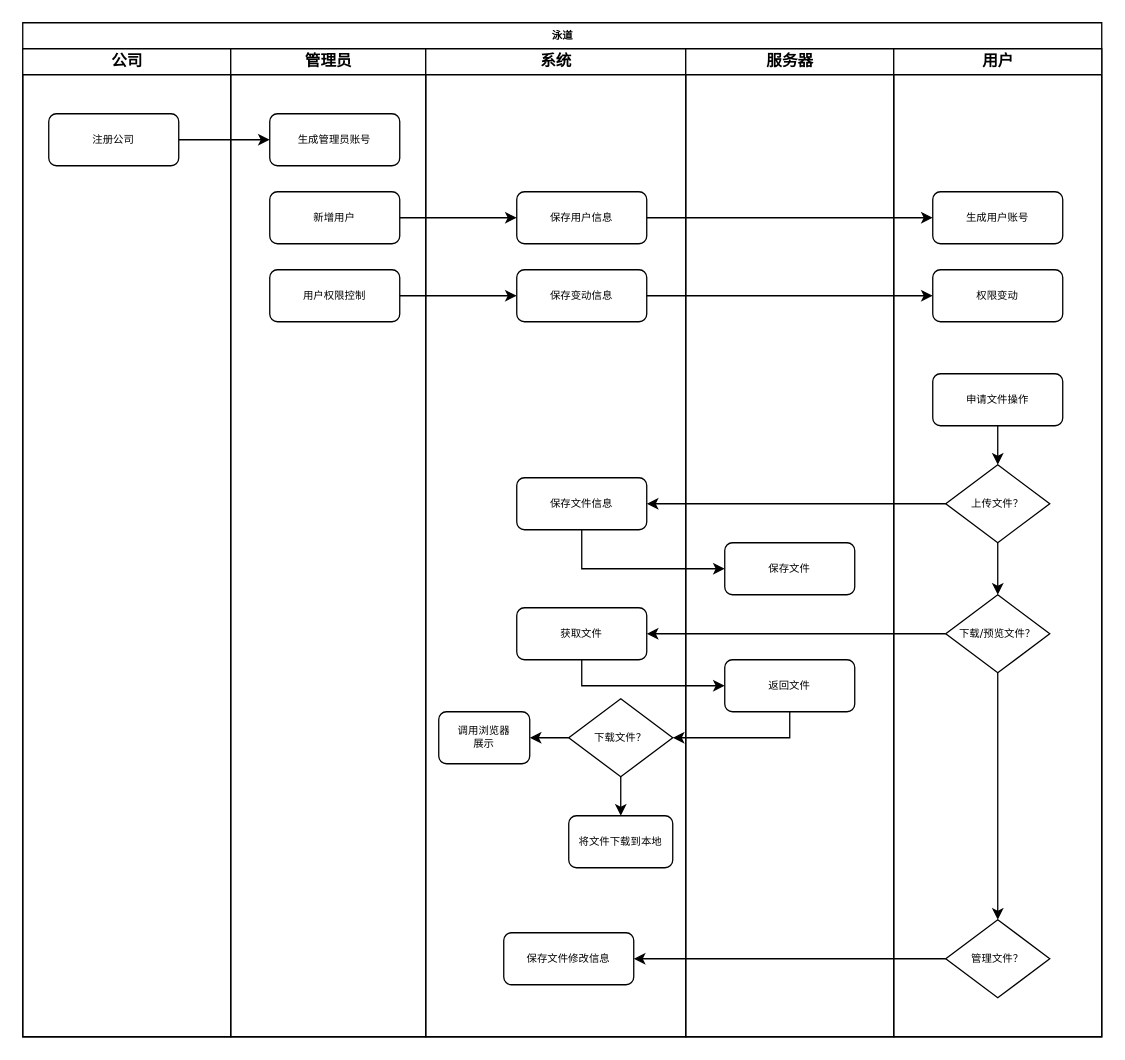
The draw.io diagram yongdaotu.drawio in ppp-203/ppp-203, before the edit. Source tidied: cells renumbered, new cells numbered last; positions are measured from the earlier drawing's top-left corner, leaving out a move shared by most shapes. Both pictures are drawn from the tidied source at 130%, with x=0, y=0 at pixel (22, 22).
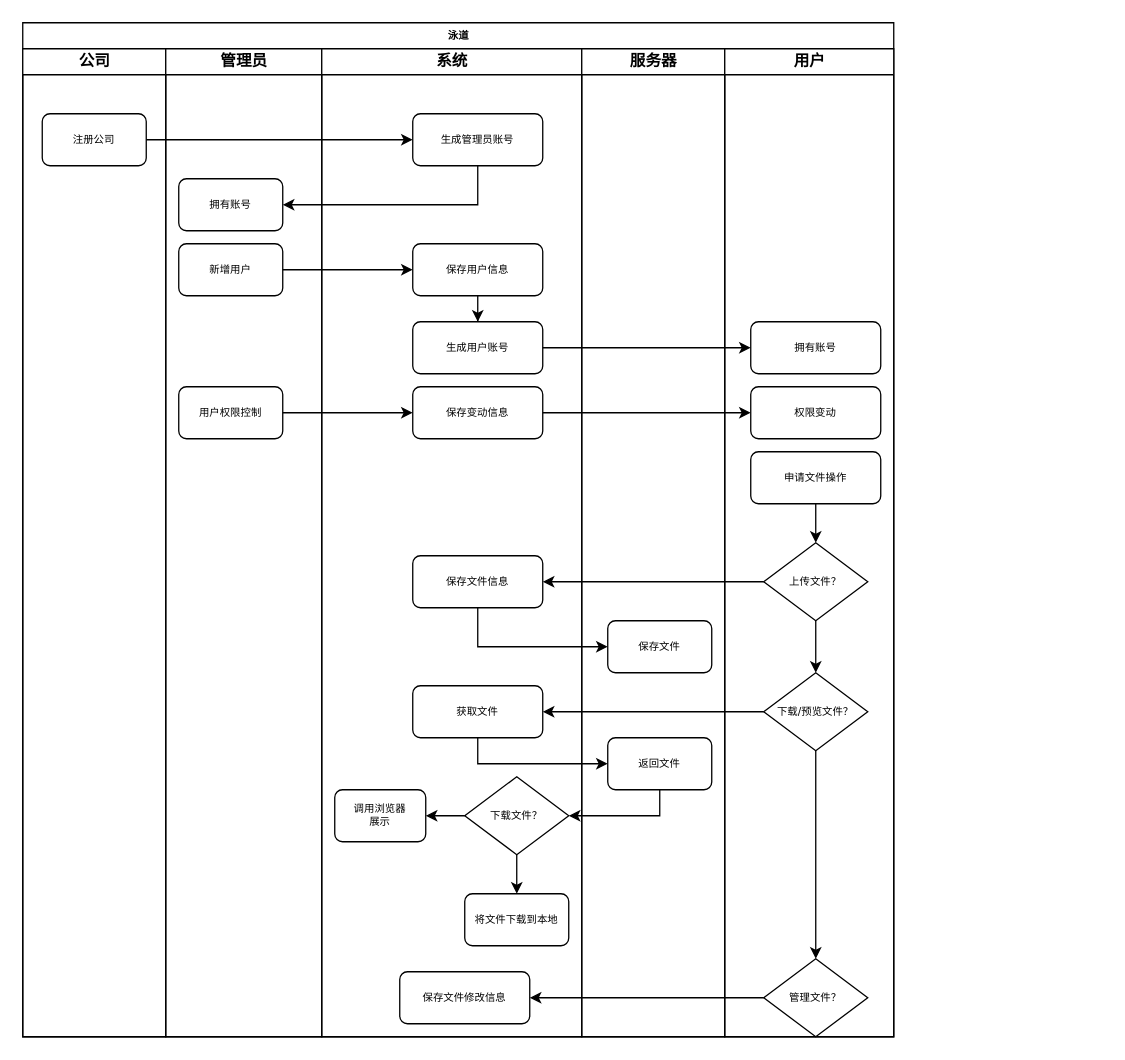
Above is the later version.

Change to the diagram source:
```diff
@@
     <mxCell id="2" value="泳道" style="swimlane;html=1;startSize=20;rounded=0;shadow=0;labelBackgroundColor=none;strokeWidth=1;fontFamily=Verdana;fontSize=8;align=center;" parent="1" vertex="1">
-      <mxGeometry width="830" height="780" as="geometry" />
+      <mxGeometry width="670" height="780" as="geometry" />
     </mxCell>
     <mxCell id="3" value="公司" style="swimlane;html=1;startSize=20;" parent="2" vertex="1">
-      <mxGeometry y="20" width="160" height="760" as="geometry" />
+      <mxGeometry y="20" width="110" height="760" as="geometry" />
     </mxCell>
     <mxCell id="4" value="注册公司" style="rounded=1;whiteSpace=wrap;html=1;shadow=0;labelBackgroundColor=none;strokeWidth=1;fontFamily=Verdana;fontSize=8;align=center;" parent="3" vertex="1">
-      <mxGeometry x="20" y="50" width="100" height="40" as="geometry" />
+      <mxGeometry x="15" y="50" width="80" height="40" as="geometry" />
     </mxCell>
     <mxCell id="5" value="管理员" style="swimlane;html=1;startSize=20;" parent="2" vertex="1">
-      <mxGeometry x="160" y="20" width="150" height="760" as="geometry" />
+      <mxGeometry x="110" y="20" width="120" height="760" as="geometry" />
     </mxCell>
     <mxCell id="6" value="新增用户" style="rounded=1;whiteSpace=wrap;html=1;shadow=0;labelBackgroundColor=none;strokeWidth=1;fontFamily=Verdana;fontSize=8;align=center;" parent="5" vertex="1">
-      <mxGeometry x="30" y="110" width="100" height="40" as="geometry" />
+      <mxGeometry x="10" y="150" width="80" height="40" as="geometry" />
     </mxCell>
-    <mxCell id="7" value="生成管理员账号" style="rounded=1;whiteSpace=wrap;html=1;shadow=0;labelBackgroundColor=none;strokeWidth=1;fontFamily=Verdana;fontSize=8;align=center;" parent="5" vertex="1">
-      <mxGeometry x="30" y="50" width="100" height="40" as="geometry" />
-    </mxCell>
     <mxCell id="8" value="用户权限控制" style="rounded=1;whiteSpace=wrap;html=1;shadow=0;labelBackgroundColor=none;strokeWidth=1;fontFamily=Verdana;fontSize=8;align=center;" parent="5" vertex="1">
-      <mxGeometry x="30" y="170" width="100" height="40" as="geometry" />
+      <mxGeometry x="10" y="260" width="80" height="40" as="geometry" />
     </mxCell>
+    <mxCell id="44" value="拥有账号" style="rounded=1;whiteSpace=wrap;html=1;shadow=0;labelBackgroundColor=none;strokeWidth=1;fontFamily=Verdana;fontSize=8;align=center;" parent="5" vertex="1">
+      <mxGeometry x="10" y="100" width="80" height="40" as="geometry" />
+    </mxCell>
     <mxCell id="9" value="系统" style="swimlane;html=1;startSize=20;" parent="2" vertex="1">
-      <mxGeometry x="310" y="20" width="200" height="760" as="geometry" />
+      <mxGeometry x="230" y="20" width="200" height="760" as="geometry" />
     </mxCell>
     <mxCell id="10" value="保存用户信息" style="rounded=1;whiteSpace=wrap;html=1;shadow=0;labelBackgroundColor=none;strokeWidth=1;fontFamily=Verdana;fontSize=8;align=center;" parent="9" vertex="1">
-      <mxGeometry x="70" y="110" width="100" height="40" as="geometry" />
+      <mxGeometry x="70" y="150" width="100" height="40" as="geometry" />
     </mxCell>
     <mxCell id="11" value="保存变动信息" style="rounded=1;whiteSpace=wrap;html=1;shadow=0;labelBackgroundColor=none;strokeWidth=1;fontFamily=Verdana;fontSize=8;align=center;" parent="9" vertex="1">
-      <mxGeometry x="70" y="170" width="100" height="40" as="geometry" />
+      <mxGeometry x="70" y="260" width="100" height="40" as="geometry" />
     </mxCell>
     <mxCell id="12" value="保存文件信息" style="rounded=1;whiteSpace=wrap;html=1;shadow=0;labelBackgroundColor=none;strokeWidth=1;fontFamily=Verdana;fontSize=8;align=center;" parent="9" vertex="1">
-      <mxGeometry x="70" y="330" width="100" height="40" as="geometry" />
+      <mxGeometry x="70" y="390" width="100" height="40" as="geometry" />
     </mxCell>
     <mxCell id="13" value="获取文件" style="rounded=1;whiteSpace=wrap;html=1;shadow=0;labelBackgroundColor=none;strokeWidth=1;fontFamily=Verdana;fontSize=8;align=center;" parent="9" vertex="1">
-      <mxGeometry x="70" y="430" width="100" height="40" as="geometry" />
+      <mxGeometry x="70" y="490" width="100" height="40" as="geometry" />
     </mxCell>
@@
     <mxCell id="16" value="下载文件？" style="rhombus;whiteSpace=wrap;html=1;rounded=0;shadow=0;labelBackgroundColor=none;strokeWidth=1;fontFamily=Verdana;fontSize=8;align=center;" parent="9" vertex="1">
-      <mxGeometry x="110" y="500" width="80" height="60" as="geometry" />
+      <mxGeometry x="110" y="560" width="80" height="60" as="geometry" />
     </mxCell>
     <mxCell id="17" value="将文件下载到本地" style="rounded=1;whiteSpace=wrap;html=1;shadow=0;labelBackgroundColor=none;strokeWidth=1;fontFamily=Verdana;fontSize=8;align=center;" parent="9" vertex="1">
-      <mxGeometry x="110" y="590" width="80" height="40" as="geometry" />
+      <mxGeometry x="110" y="650" width="80" height="40" as="geometry" />
     </mxCell>
     <mxCell id="18" value="调用浏览器&lt;br&gt;展示" style="rounded=1;whiteSpace=wrap;html=1;shadow=0;labelBackgroundColor=none;strokeWidth=1;fontFamily=Verdana;fontSize=8;align=center;" parent="9" vertex="1">
-      <mxGeometry x="10" y="510" width="70" height="40" as="geometry" />
+      <mxGeometry x="10" y="570" width="70" height="40" as="geometry" />
     </mxCell>
     <mxCell id="19" value="保存文件修改信息" style="rounded=1;whiteSpace=wrap;html=1;shadow=0;labelBackgroundColor=none;strokeWidth=1;fontFamily=Verdana;fontSize=8;align=center;" parent="9" vertex="1">
-      <mxGeometry x="60" y="680" width="100" height="40" as="geometry" />
+      <mxGeometry x="60" y="710" width="100" height="40" as="geometry" />
     </mxCell>
+    <mxCell id="7" value="生成管理员账号" style="rounded=1;whiteSpace=wrap;html=1;shadow=0;labelBackgroundColor=none;strokeWidth=1;fontFamily=Verdana;fontSize=8;align=center;" parent="9" vertex="1">
+      <mxGeometry x="70" y="50" width="100" height="40" as="geometry" />
+    </mxCell>
+    <mxCell id="31" value="生成用户账号" style="rounded=1;whiteSpace=wrap;html=1;shadow=0;labelBackgroundColor=none;strokeWidth=1;fontFamily=Verdana;fontSize=8;align=center;" parent="9" vertex="1">
+      <mxGeometry x="70" y="210" width="100" height="40" as="geometry" />
+    </mxCell>
+    <mxCell id="25" style="edgeStyle=orthogonalEdgeStyle;rounded=0;jettySize=auto;html=1;entryX=0.5;entryY=0;entryDx=0;entryDy=0;" parent="9" edge="1" source="10" target="31">
+      <mxGeometry relative="1" as="geometry" />
+    </mxCell>
+    <mxCell id="28" style="edgeStyle=orthogonalEdgeStyle;rounded=0;jettySize=auto;html=1;exitX=0;exitY=0.5;exitDx=0;exitDy=0;entryX=1;entryY=0.5;entryDx=0;entryDy=0;" parent="2" edge="1" source="34" target="12">
+      <mxGeometry relative="1" as="geometry" />
+    </mxCell>
+    <mxCell id="29" style="edgeStyle=orthogonalEdgeStyle;rounded=0;jettySize=auto;html=1;" parent="2" edge="1" source="36" target="13">
+      <mxGeometry relative="1" as="geometry" />
+    </mxCell>
+    <mxCell id="40" style="edgeStyle=orthogonalEdgeStyle;rounded=0;jettySize=auto;html=1;entryX=0;entryY=0.5;entryDx=0;entryDy=0;exitX=0.5;exitY=1;exitDx=0;exitDy=0;" parent="2" edge="1" source="12" target="21">
+      <mxGeometry relative="1" as="geometry" />
+    </mxCell>
+    <mxCell id="41" style="edgeStyle=orthogonalEdgeStyle;rounded=0;jettySize=auto;html=1;exitX=0.5;exitY=1;exitDx=0;exitDy=0;entryX=0;entryY=0.5;entryDx=0;entryDy=0;" parent="2" edge="1" source="13" target="22">
+      <mxGeometry relative="1" as="geometry" />
+    </mxCell>
+    <mxCell id="42" style="edgeStyle=orthogonalEdgeStyle;rounded=0;jettySize=auto;html=1;exitX=0.5;exitY=1;exitDx=0;exitDy=0;" parent="2" edge="1" source="22" target="16">
+      <mxGeometry relative="1" as="geometry" />
+    </mxCell>
+    <mxCell id="24" style="edgeStyle=orthogonalEdgeStyle;rounded=0;jettySize=auto;html=1;entryX=0;entryY=0.5;entryDx=0;entryDy=0;" parent="2" edge="1" source="6" target="10">
+      <mxGeometry relative="1" as="geometry" />
+    </mxCell>
     <mxCell id="20" value="服务器" style="swimlane;html=1;startSize=20;" parent="2" vertex="1">
-      <mxGeometry x="510" y="20" width="160" height="760" as="geometry" />
+      <mxGeometry x="430" y="20" width="110" height="760" as="geometry" />
     </mxCell>
     <mxCell id="21" value="保存文件" style="rounded=1;whiteSpace=wrap;html=1;shadow=0;labelBackgroundColor=none;strokeWidth=1;fontFamily=Verdana;fontSize=8;align=center;" parent="20" vertex="1">
-      <mxGeometry x="30" y="380" width="100" height="40" as="geometry" />
+      <mxGeometry x="20" y="440" width="80" height="40" as="geometry" />
     </mxCell>
     <mxCell id="22" value="返回文件" style="rounded=1;whiteSpace=wrap;html=1;shadow=0;labelBackgroundColor=none;strokeWidth=1;fontFamily=Verdana;fontSize=8;align=center;" parent="20" vertex="1">
-      <mxGeometry x="30" y="470" width="100" height="40" as="geometry" />
+      <mxGeometry x="20" y="530" width="80" height="40" as="geometry" />
     </mxCell>
@@
-    <mxCell id="24" style="edgeStyle=orthogonalEdgeStyle;rounded=0;jettySize=auto;html=1;entryX=0;entryY=0.5;entryDx=0;entryDy=0;" parent="2" edge="1" source="6" target="10">
-      <mxGeometry relative="1" as="geometry" />
-    </mxCell>
-    <mxCell id="25" style="edgeStyle=orthogonalEdgeStyle;rounded=0;jettySize=auto;html=1;entryX=0;entryY=0.5;entryDx=0;entryDy=0;" parent="2" edge="1" source="10" target="31">
-      <mxGeometry relative="1" as="geometry" />
-    </mxCell>
@@
-    <mxCell id="28" style="edgeStyle=orthogonalEdgeStyle;rounded=0;jettySize=auto;html=1;exitX=0;exitY=0.5;exitDx=0;exitDy=0;entryX=1;entryY=0.5;entryDx=0;entryDy=0;" parent="2" edge="1" source="34" target="12">
-      <mxGeometry relative="1" as="geometry" />
-    </mxCell>
-    <mxCell id="29" style="edgeStyle=orthogonalEdgeStyle;rounded=0;jettySize=auto;html=1;" parent="2" edge="1" source="36" target="13">
-      <mxGeometry relative="1" as="geometry" />
-    </mxCell>
     <mxCell id="30" value="用户" style="swimlane;html=1;startSize=20;" parent="2" vertex="1">
-      <mxGeometry x="670" y="20" width="160" height="760" as="geometry" />
+      <mxGeometry x="540" y="20" width="130" height="760" as="geometry" />
     </mxCell>
-    <mxCell id="31" value="生成用户账号" style="rounded=1;whiteSpace=wrap;html=1;shadow=0;labelBackgroundColor=none;strokeWidth=1;fontFamily=Verdana;fontSize=8;align=center;" parent="30" vertex="1">
-      <mxGeometry x="30" y="110" width="100" height="40" as="geometry" />
-    </mxCell>
     <mxCell id="32" value="权限变动" style="rounded=1;whiteSpace=wrap;html=1;shadow=0;labelBackgroundColor=none;strokeWidth=1;fontFamily=Verdana;fontSize=8;align=center;" parent="30" vertex="1">
-      <mxGeometry x="30" y="170" width="100" height="40" as="geometry" />
+      <mxGeometry x="20" y="260" width="100" height="40" as="geometry" />
     </mxCell>
     <mxCell id="33" value="申请文件操作" style="rounded=1;whiteSpace=wrap;html=1;shadow=0;labelBackgroundColor=none;strokeWidth=1;fontFamily=Verdana;fontSize=8;align=center;" parent="30" vertex="1">
-      <mxGeometry x="30" y="250" width="100" height="40" as="geometry" />
+      <mxGeometry x="20" y="310" width="100" height="40" as="geometry" />
     </mxCell>
     <mxCell id="34" value="上传文件？" style="rhombus;whiteSpace=wrap;html=1;rounded=0;shadow=0;labelBackgroundColor=none;strokeWidth=1;fontFamily=Verdana;fontSize=8;align=center;" parent="30" vertex="1">
-      <mxGeometry x="40" y="320" width="80" height="60" as="geometry" />
+      <mxGeometry x="30" y="380" width="80" height="60" as="geometry" />
     </mxCell>
@@
     <mxCell id="36" value="下载/预览文件？" style="rhombus;whiteSpace=wrap;html=1;rounded=0;shadow=0;labelBackgroundColor=none;strokeWidth=1;fontFamily=Verdana;fontSize=8;align=center;" parent="30" vertex="1">
-      <mxGeometry x="40" y="420" width="80" height="60" as="geometry" />
+      <mxGeometry x="30" y="480" width="80" height="60" as="geometry" />
     </mxCell>
@@
     <mxCell id="38" value="管理文件？" style="rhombus;whiteSpace=wrap;html=1;rounded=0;shadow=0;labelBackgroundColor=none;strokeWidth=1;fontFamily=Verdana;fontSize=8;align=center;" parent="30" vertex="1">
-      <mxGeometry x="40" y="670" width="80" height="60" as="geometry" />
+      <mxGeometry x="30" y="700" width="80" height="60" as="geometry" />
     </mxCell>
@@
-    <mxCell id="40" style="edgeStyle=orthogonalEdgeStyle;rounded=0;jettySize=auto;html=1;entryX=0;entryY=0.5;entryDx=0;entryDy=0;exitX=0.5;exitY=1;exitDx=0;exitDy=0;" parent="2" edge="1" source="12" target="21">
-      <mxGeometry relative="1" as="geometry" />
-    </mxCell>
-    <mxCell id="41" style="edgeStyle=orthogonalEdgeStyle;rounded=0;jettySize=auto;html=1;exitX=0.5;exitY=1;exitDx=0;exitDy=0;entryX=0;entryY=0.5;entryDx=0;entryDy=0;" parent="2" edge="1" source="13" target="22">
-      <mxGeometry relative="1" as="geometry" />
-    </mxCell>
-    <mxCell id="42" style="edgeStyle=orthogonalEdgeStyle;rounded=0;jettySize=auto;html=1;exitX=0.5;exitY=1;exitDx=0;exitDy=0;" parent="2" edge="1" source="22" target="16">
-      <mxGeometry relative="1" as="geometry" />
-    </mxCell>
+    <mxCell id="45" value="拥有账号" style="rounded=1;whiteSpace=wrap;html=1;shadow=0;labelBackgroundColor=none;strokeWidth=1;fontFamily=Verdana;fontSize=8;align=center;" parent="30" vertex="1">
+      <mxGeometry x="20" y="210" width="100" height="40" as="geometry" />
+    </mxCell>
+    <mxCell id="46" style="edgeStyle=orthogonalEdgeStyle;rounded=0;jettySize=auto;html=1;entryX=1;entryY=0.5;entryDx=0;entryDy=0;exitX=0.5;exitY=1;exitDx=0;exitDy=0;" parent="2" edge="1" source="7" target="44">
+      <mxGeometry relative="1" as="geometry" />
+    </mxCell>
+    <mxCell id="47" style="edgeStyle=orthogonalEdgeStyle;rounded=0;jettySize=auto;html=1;entryX=0;entryY=0.5;entryDx=0;entryDy=0;" parent="2" edge="1" source="31" target="45">
+      <mxGeometry relative="1" as="geometry" />
+    </mxCell>
```
